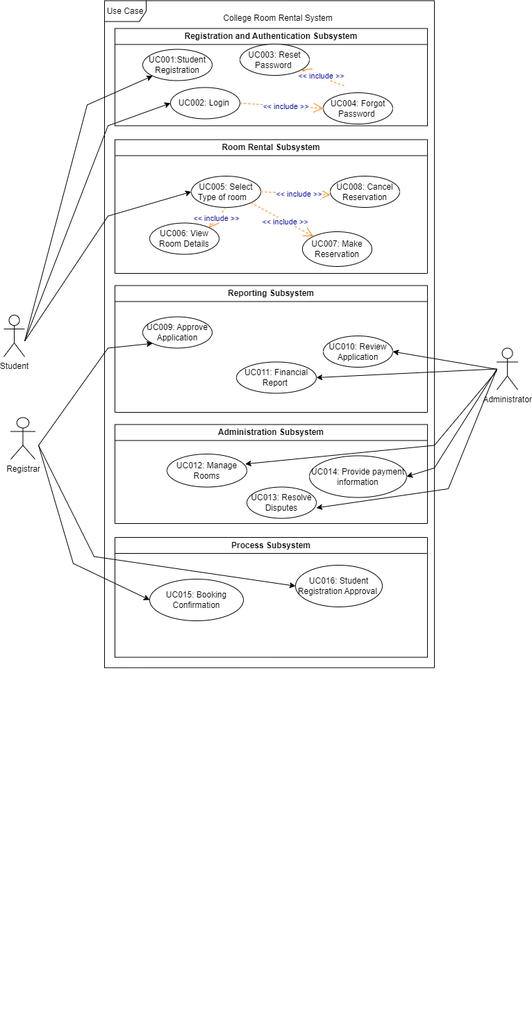
drshahizan/software-engineering keeps this draw.io diagram as project/drawio/Alpha/useCasediagram.drawio.png. Above is the earlier version. Source tidied: cells renumbered, new cells last; positions are measured from the earlier drawing's top-left corner, leaving out a move shared by most shapes.
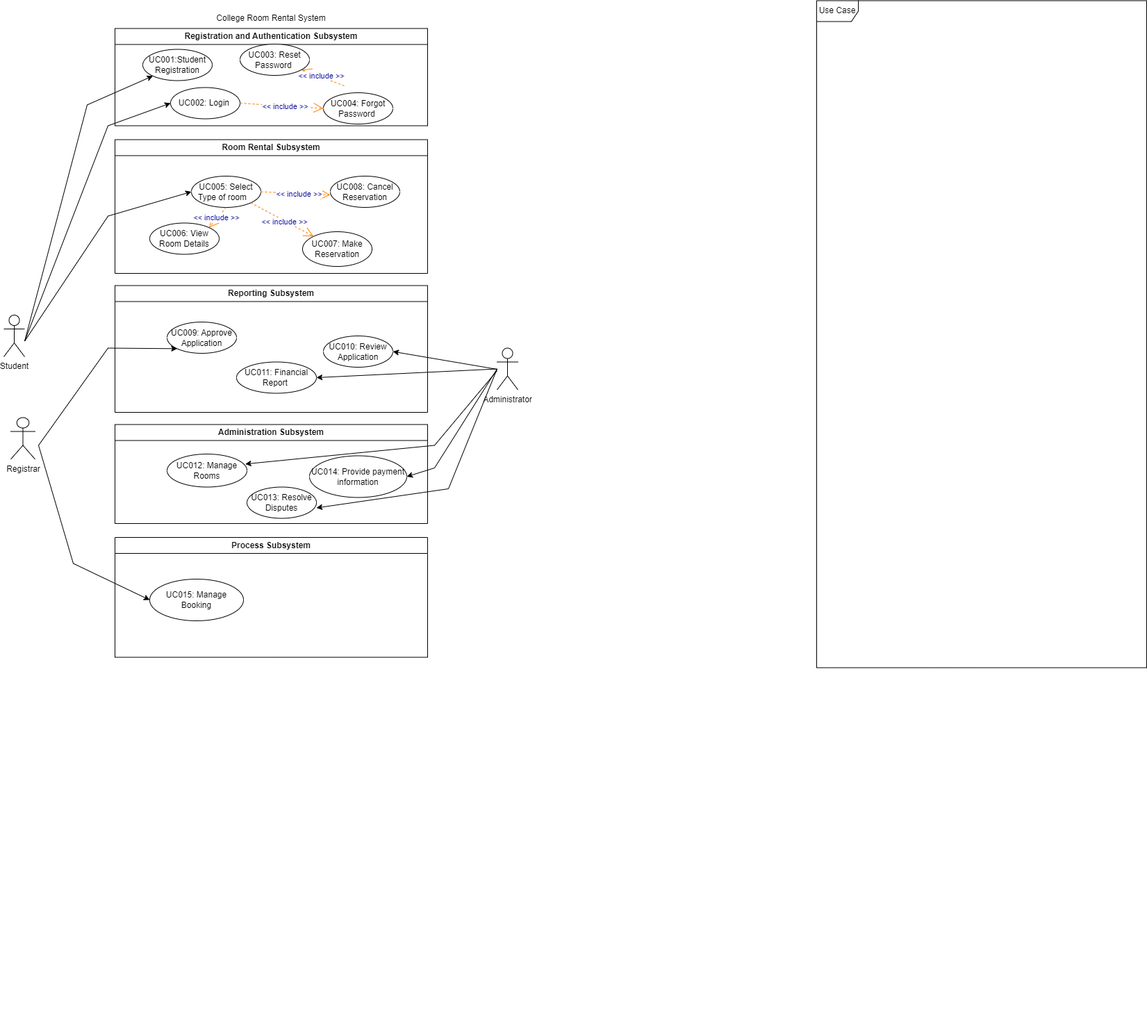
After the commit.

Change to the diagram source:
```diff
@@ -6,7 +6,7 @@
       <mxGeometry x="250" y="9.5" width="290" height="30" as="geometry" />
     </mxCell>
     <mxCell id="3" style="group;" parent="1" vertex="1">
-      <mxGeometry x="10" y="39.5" width="730" height="1440" as="geometry" />
+      <mxGeometry x="20" y="39.5" width="730" height="1440" as="geometry" />
     </mxCell>
     <mxCell id="4" value="Registration and Authentication Subsystem" style="swimlane;whiteSpace=wrap;html=1;" parent="3" vertex="1">
       <mxGeometry x="150" width="450" height="140" as="geometry" />
@@ -31,9 +31,6 @@
     <mxCell id="10" value="&amp;lt;&amp;lt; include &amp;gt;&amp;gt;" style="endArrow=open;endSize=12;dashed=1;html=1;entryX=0;entryY=0.5;fontColor=#000099;strokeColor=#FF8000;entryDx=0;entryDy=0;exitX=1;exitY=0.5;exitDx=0;exitDy=0;" parent="4" edge="1" source="6" target="9">
       <mxGeometry x="0.09" y="-1" relative="1" as="geometry" />
     </mxCell>
-    <mxCell id="11" value="Use Case" style="shape=umlFrame;whiteSpace=wrap;html=1;" parent="4" vertex="1">
-      <mxGeometry x="-15" y="-40" width="475" height="960" as="geometry" />
-    </mxCell>
     <mxCell id="12" value="Room Rental Subsystem" style="swimlane;whiteSpace=wrap;html=1;" parent="3" vertex="1">
       <mxGeometry x="150" y="160" width="450" height="192.5" as="geometry" />
     </mxCell>
@@ -58,12 +55,9 @@
     <mxCell id="19" value="Process Subsystem" style="swimlane;whiteSpace=wrap;html=1;" parent="3" vertex="1">
       <mxGeometry x="150" y="732.5" width="450" height="172.5" as="geometry" />
     </mxCell>
-    <mxCell id="20" value="UC015: Booking Confirmation" style="ellipse;whiteSpace=wrap;html=1;" parent="19" vertex="1">
+    <mxCell id="20" value="UC015: Manage Booking" style="ellipse;whiteSpace=wrap;html=1;" parent="19" vertex="1">
       <mxGeometry x="50" y="60" width="135" height="60" as="geometry" />
     </mxCell>
-    <mxCell id="21" value="UC016: Student Registration Approval&amp;nbsp;" style="ellipse;whiteSpace=wrap;html=1;" parent="19" vertex="1">
-      <mxGeometry x="260" y="40" width="125" height="60" as="geometry" />
-    </mxCell>
     <mxCell id="22" value="Student" style="shape=umlActor;verticalLabelPosition=bottom;verticalAlign=top;html=1;" parent="19" vertex="1">
       <mxGeometry x="-160" y="-320" width="30" height="60" as="geometry" />
     </mxCell>
@@ -71,7 +65,7 @@
       <mxGeometry x="150" y="370" width="450" height="182.5" as="geometry" />
     </mxCell>
     <mxCell id="24" value="UC009: Approve Application" style="ellipse;whiteSpace=wrap;html=1;" parent="23" vertex="1">
-      <mxGeometry x="40" y="45" width="100" height="45" as="geometry" />
+      <mxGeometry x="75" y="52.5" width="100" height="45" as="geometry" />
     </mxCell>
     <mxCell id="25" value="UC010: Review Application" style="ellipse;whiteSpace=wrap;html=1;" parent="23" vertex="1">
       <mxGeometry x="300" y="72.5" width="100" height="45" as="geometry" />
@@ -118,14 +112,6 @@
         </Array>
       </mxGeometry>
     </mxCell>
-    <mxCell id="36" style="endArrow=classic;html=1;rounded=0;entryX=0;entryY=0.5;entryDx=0;entryDy=0;" parent="3" edge="1" target="21">
-      <mxGeometry relative="1" as="geometry">
-        <mxPoint x="40" y="600" as="sourcePoint" />
-        <Array as="points">
-          <mxPoint x="120" y="760" />
-        </Array>
-      </mxGeometry>
-    </mxCell>
     <mxCell id="37" style="endArrow=classic;html=1;rounded=0;entryX=0;entryY=0.5;entryDx=0;entryDy=0;" parent="3" edge="1" target="15">
       <mxGeometry relative="1" as="geometry">
         <mxPoint x="20" y="450" as="sourcePoint" />
@@ -185,5 +171,8 @@
         <mxPoint x="460" y="239.5" as="targetPoint" />
       </mxGeometry>
     </mxCell>
+    <mxCell id="11" value="Use Case" style="shape=umlFrame;whiteSpace=wrap;html=1;" parent="1" vertex="1">
+      <mxGeometry x="1180" y="-0.5" width="475" height="960" as="geometry" />
+    </mxCell>
   </root>
 </mxGraphModel>
```
